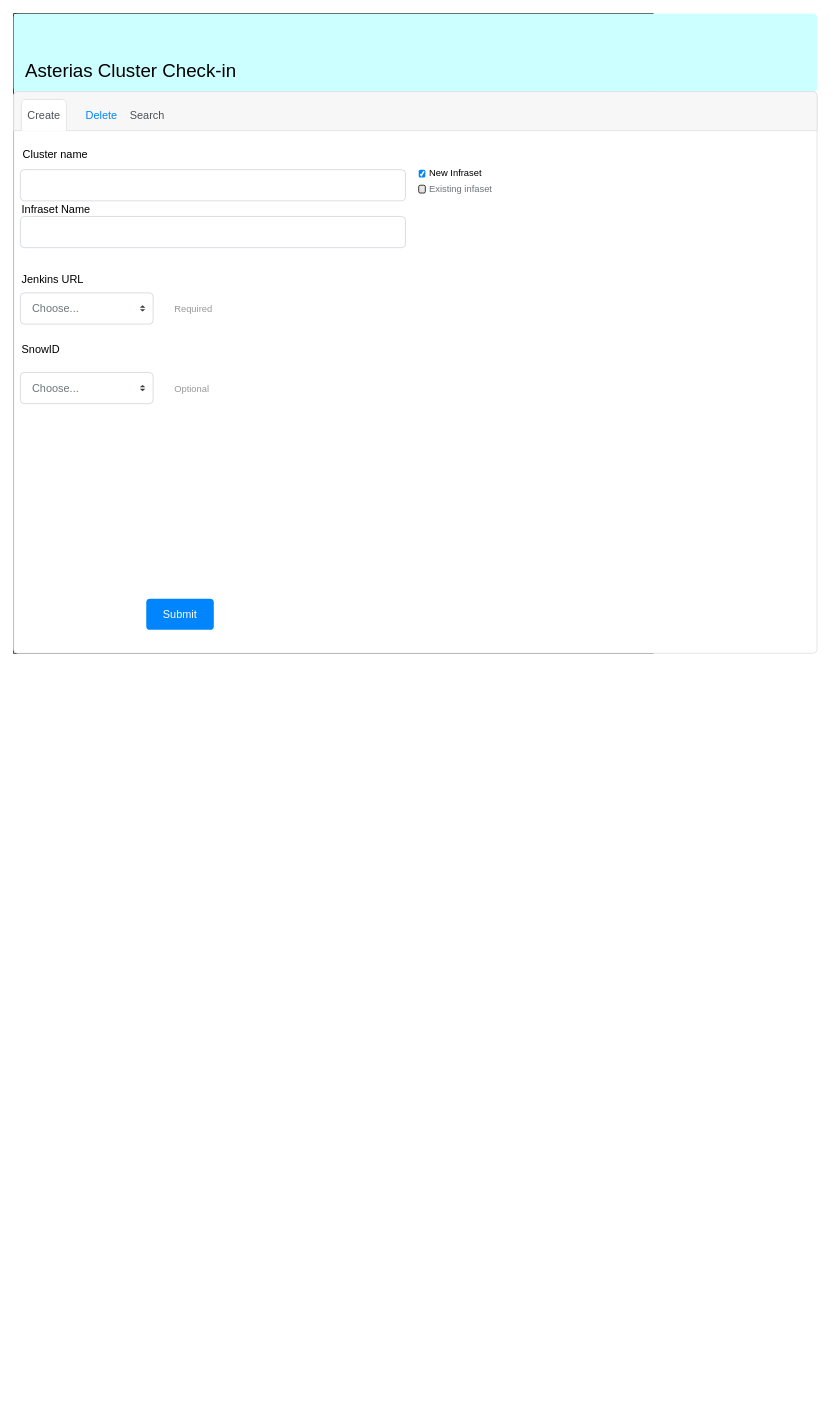
This is Untitled Diagram.drawio from aakashchan/drawio, a draw.io file, before an edit. Source tidied: cells renumbered, new cells numbered last; positions are measured from the earlier drawing's top-left corner, leaving out a move shared by most shapes. Both pictures are drawn from the tidied source at 78%, with x=0, y=0 at pixel (13, 13).
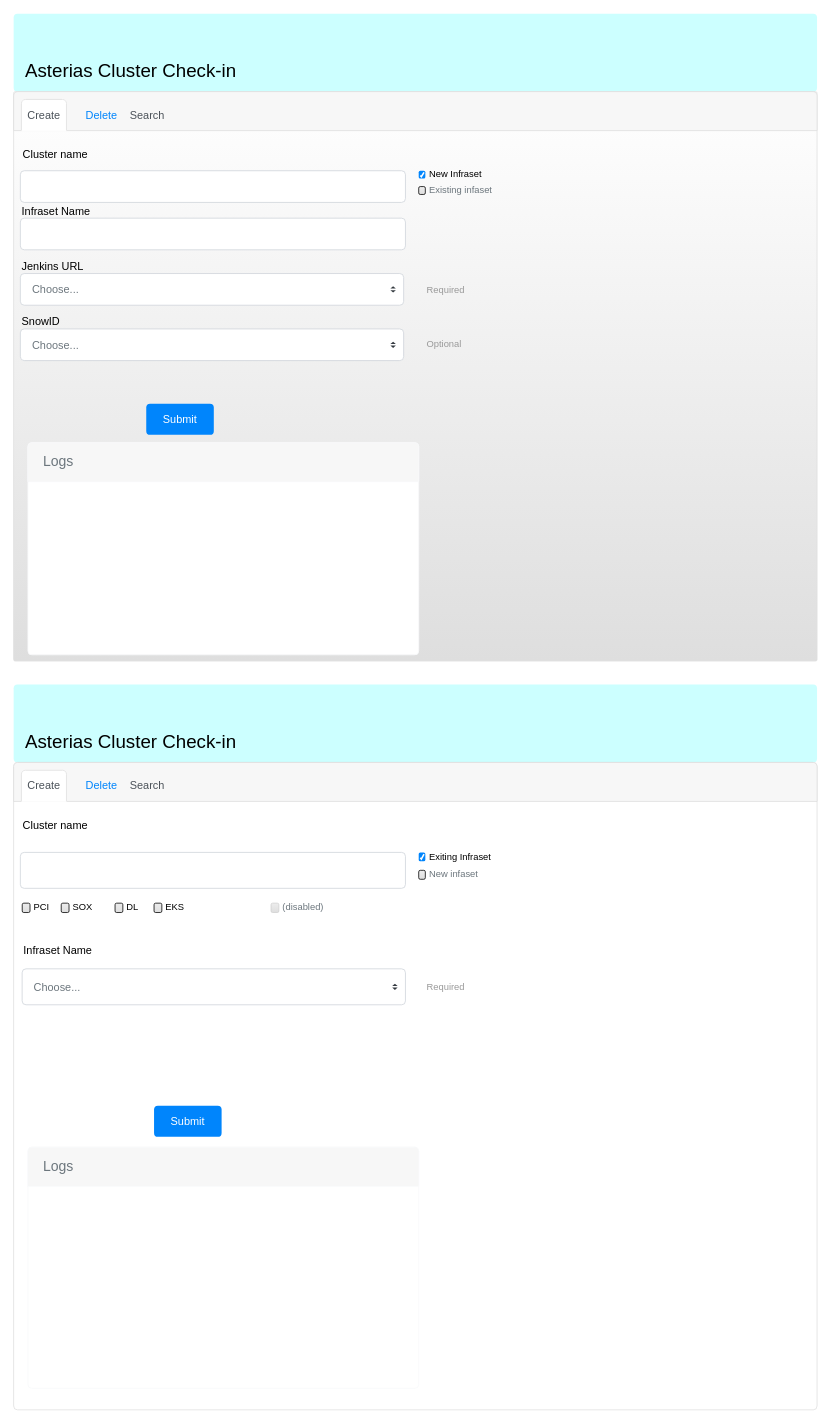
The same page after the edit.

Change to the diagram source:
```diff
@@
-    <mxCell id="2" style="whiteSpace=wrap;html=1;" parent="1" vertex="1">
-      <mxGeometry width="820" height="820" as="geometry" />
-    </mxCell>
@@
-    <mxCell id="4" style="html=1;shadow=0;dashed=0;shape=mxgraph.bootstrap.rrect;rSize=5;strokeColor=#DFDFDF;html=1;whiteSpace=wrap;fillColor=#FFFFFF;fontColor=#000000;" parent="1" vertex="1">
-      <mxGeometry y="100" width="1030" height="720" as="geometry" />
+    <mxCell id="4" style="html=1;shadow=0;dashed=0;shape=mxgraph.bootstrap.checkbox2;labelPosition=right;verticalLabelPosition=middle;align=center;verticalAlign=middle;gradientColor=#DEDEDE;fillColor=#FFFFFF;checked=0;spacing=5;checkedFill=#0085FC;checkedStroke=#ffffff;fontFamily=Helvetica;fontSize=12;fontColor=#000000;strokeColor=#DFDFDF;" parent="1" vertex="1">
+      <mxGeometry y="100" width="1030" height="730" as="geometry" />
     </mxCell>
@@
     <mxCell id="9" value="Submit" style="html=1;shadow=0;dashed=0;shape=mxgraph.bootstrap.rrect;rSize=5;perimeter=none;whiteSpace=wrap;align=center;fillColor=#0085FC;strokeColor=none;fontColor=#ffffff;fontSize=14;" parent="4" vertex="1">
       <mxGeometry x="0.5" y="1" width="86.61" height="40" relative="1" as="geometry">
-        <mxPoint x="-345" y="-70" as="offset" />
+        <mxPoint x="-345" y="-330" as="offset" />
       </mxGeometry>
     </mxCell>
@@
     <mxCell id="11" value="Infraset Name" style="fillColor=none;strokeColor=none;align=left;fontSize=14;" parent="4" vertex="1">
-      <mxGeometry x="8.6" y="140" width="224.1" height="20" as="geometry" />
+      <mxGeometry x="8.6" y="141.9" width="224.1" height="20.3" as="geometry" />
     </mxCell>
     <mxCell id="12" value="Optional" style="fillColor=none;strokeColor=none;align=left;spacing=2;fontSize=12;fontColor=#999999;" parent="4" vertex="1">
-      <mxGeometry x="204.3" y="361" width="224.1" height="37.9" as="geometry" />
+      <mxGeometry x="527.8" y="304.2" width="224.1" height="38.4" as="geometry" />
     </mxCell>
     <mxCell id="13" value="New Infraset" style="html=1;shadow=0;dashed=0;shape=mxgraph.bootstrap.checkbox2;labelPosition=right;verticalLabelPosition=middle;align=left;verticalAlign=middle;gradientColor=#DEDEDE;fillColor=#EDEDED;checked=1;spacing=5;checkedFill=#0085FC;checkedStroke=#ffffff;" parent="4" vertex="1">
-      <mxGeometry x="519.3" y="100" width="8.5" height="10" as="geometry" />
+      <mxGeometry x="519.3" y="101.4" width="8.5" height="10.1" as="geometry" />
     </mxCell>
     <mxCell id="14" value="Existing infaset" style="html=1;shadow=0;dashed=0;shape=mxgraph.bootstrap.checkbox2;labelPosition=right;verticalLabelPosition=middle;align=left;verticalAlign=middle;gradientColor=#DEDEDE;fillColor=#EDEDED;checked=0;spacing=5;fontColor=#6C767D;checkedFill=#0085FC;checkedStroke=#ffffff;" parent="4" vertex="1">
-      <mxGeometry x="519.3" y="120" width="8.5" height="10" as="geometry" />
+      <mxGeometry x="519.3" y="121.7" width="8.5" height="10.1" as="geometry" />
     </mxCell>
     <mxCell id="15" value="Jenkins URL" style="fillColor=none;strokeColor=none;align=left;fontSize=14;" parent="4" vertex="1">
-      <mxGeometry x="8.6" y="230" width="224.1" height="20" as="geometry" />
+      <mxGeometry x="8.6" y="212.9" width="224.1" height="20.3" as="geometry" />
     </mxCell>
     <mxCell id="16" style="html=1;shadow=0;dashed=0;shape=mxgraph.bootstrap.rrect;rSize=5;fillColor=#ffffff;strokeColor=#CED4DA;align=left;spacing=15;fontSize=14;fontColor=#6C767D;" parent="4" vertex="1">
-      <mxGeometry x="8.6" y="100" width="493.7" height="40" as="geometry" />
+      <mxGeometry x="8.6" y="101.4" width="493.7" height="40.6" as="geometry" />
     </mxCell>
     <mxCell id="17" value="Choose..." style="html=1;shadow=0;dashed=0;shape=mxgraph.bootstrap.rrect;rSize=5;fillColor=#ffffff;strokeColor=#CED4DA;align=left;spacing=15;fontSize=14;fontColor=#6C767D;" parent="4" vertex="1">
-      <mxGeometry x="8.6" y="258" width="170.2" height="40" as="geometry" />
+      <mxGeometry x="8.6" y="233.2" width="491.4" height="40.6" as="geometry" />
     </mxCell>
@@
     <mxCell id="20" style="html=1;shadow=0;dashed=0;shape=mxgraph.bootstrap.rrect;rSize=5;fillColor=#ffffff;strokeColor=#CED4DA;align=left;spacing=15;fontSize=14;fontColor=#6C767D;" parent="4" vertex="1">
-      <mxGeometry x="8.6" y="160" width="493.7" height="40" as="geometry" />
+      <mxGeometry x="8.6" y="162.2" width="493.7" height="40.6" as="geometry" />
     </mxCell>
     <mxCell id="21" value="SnowID" style="fillColor=none;strokeColor=none;align=left;fontSize=14;" parent="4" vertex="1">
-      <mxGeometry x="8.6" y="320" width="224.1" height="20" as="geometry" />
+      <mxGeometry x="8.6" y="283.9" width="224.1" height="20.3" as="geometry" />
     </mxCell>
     <mxCell id="22" value="Choose..." style="html=1;shadow=0;dashed=0;shape=mxgraph.bootstrap.rrect;rSize=5;fillColor=#ffffff;strokeColor=#CED4DA;align=left;spacing=15;fontSize=14;fontColor=#6C767D;" parent="4" vertex="1">
-      <mxGeometry x="8.6" y="360" width="170.2" height="40" as="geometry" />
+      <mxGeometry x="8.6" y="304.2" width="491.4" height="40.6" as="geometry" />
     </mxCell>
@@
     <mxCell id="25" value="Required" style="fillColor=none;strokeColor=none;align=left;spacing=2;fontSize=12;fontColor=#999999;" parent="4" vertex="1">
-      <mxGeometry x="204.3" y="259" width="224.1" height="37.9" as="geometry" />
+      <mxGeometry x="527.8" y="234.3" width="224.1" height="38.4" as="geometry" />
     </mxCell>
+    <mxCell id="26" value="&lt;br style=&quot;font-size: 14px&quot;&gt;" style="html=1;shadow=0;dashed=0;shape=mxgraph.bootstrap.rrect;rSize=5;strokeColor=#F8F9FA;html=1;whiteSpace=wrap;fillColor=#ffffff;fontColor=#212529;verticalAlign=bottom;align=left;spacing=20;spacingBottom=0;fontSize=14;" parent="4" vertex="1">
+      <mxGeometry x="18.3" y="450" width="501" height="272" as="geometry" />
+    </mxCell>
+    <mxCell id="27" value="Logs" style="html=1;shadow=0;dashed=0;shape=mxgraph.bootstrap.topButton;rSize=5;perimeter=none;whiteSpace=wrap;fillColor=#F7F7F7;strokeColor=#F8F9FA;fontColor=#6C767D;fontSize=18;align=left;spacing=20;" parent="26" vertex="1">
+      <mxGeometry width="501" height="50" relative="1" as="geometry" />
+    </mxCell>
+    <mxCell id="28" value="&lt;span style=&quot;color: rgb(0 , 0 , 0) ; font-size: 24px ; text-align: center&quot;&gt;Asterias Cluster Check-in&lt;/span&gt;&lt;br&gt;" style="html=1;shadow=0;dashed=0;shape=mxgraph.bootstrap.rrect;rSize=5;strokeColor=none;html=1;whiteSpace=wrap;fontColor=#474E4F;align=left;spacing=15;fontSize=14;verticalAlign=top;spacingTop=40;fillColor=#CCFFFF;" parent="1" vertex="1">
+      <mxGeometry y="860" width="1030" height="100" as="geometry" />
+    </mxCell>
+    <mxCell id="29" style="html=1;shadow=0;dashed=0;shape=mxgraph.bootstrap.rrect;rSize=5;strokeColor=#DFDFDF;html=1;whiteSpace=wrap;fillColor=#FFFFFF;fontColor=#000000;" parent="1" vertex="1">
+      <mxGeometry y="960" width="1030" height="830" as="geometry" />
+    </mxCell>
+    <mxCell id="30" style="html=1;shadow=0;dashed=0;shape=mxgraph.bootstrap.topButton;strokeColor=inherit;fillColor=#F7F7F7;rSize=5;perimeter=none;whiteSpace=wrap;align=center;spacing=20;fontSize=14;" parent="29" vertex="1">
+      <mxGeometry width="1030" height="50" relative="1" as="geometry" />
+    </mxCell>
+    <mxCell id="31" value="Create" style="html=1;shadow=0;dashed=0;shape=mxgraph.bootstrap.tabTop;strokeColor=#DFDFDF;fillColor=#ffffff;rSize=5;perimeter=none;whiteSpace=wrap;align=center;spacing=20;fontSize=14;fontColor=#4B5259;" parent="29" vertex="1">
+      <mxGeometry width="57.74" height="40" relative="1" as="geometry">
+        <mxPoint x="10" y="10" as="offset" />
+      </mxGeometry>
+    </mxCell>
+    <mxCell id="32" value="Delete" style="strokeColor=none;fillColor=none;rSize=5;perimeter=none;whiteSpace=wrap;align=center;spacing=20;fontSize=14;fontColor=#0085FC;" parent="29" vertex="1">
+      <mxGeometry width="36.09" height="40" relative="1" as="geometry">
+        <mxPoint x="95" y="10" as="offset" />
+      </mxGeometry>
+    </mxCell>
+    <mxCell id="33" value="Search" style="strokeColor=none;fillColor=none;rSize=5;perimeter=none;whiteSpace=wrap;align=center;spacing=20;fontSize=14;fontColor=#0085FC;fontColor=#4B5259;" parent="29" vertex="1">
+      <mxGeometry width="43.3" height="40" relative="1" as="geometry">
+        <mxPoint x="150" y="10" as="offset" />
+      </mxGeometry>
+    </mxCell>
+    <mxCell id="34" value="Submit" style="html=1;shadow=0;dashed=0;shape=mxgraph.bootstrap.rrect;rSize=5;perimeter=none;whiteSpace=wrap;align=center;fillColor=#0085FC;strokeColor=none;fontColor=#ffffff;fontSize=14;" parent="29" vertex="1">
+      <mxGeometry x="0.5" y="1" width="86.61" height="40" relative="1" as="geometry">
+        <mxPoint x="-335" y="-390" as="offset" />
+      </mxGeometry>
+    </mxCell>
+    <mxCell id="35" value="Cluster name" style="fillColor=none;strokeColor=none;align=left;fontSize=14;" parent="29" vertex="1">
+      <mxGeometry width="260" height="40" relative="1" as="geometry">
+        <mxPoint x="10" y="60" as="offset" />
+      </mxGeometry>
+    </mxCell>
+    <mxCell id="36" value="Infraset Name" style="fillColor=none;strokeColor=none;align=left;fontSize=14;" parent="29" vertex="1">
+      <mxGeometry x="10.9" y="228.5" width="224.1" height="23.1" as="geometry" />
+    </mxCell>
+    <mxCell id="37" value="Exiting Infraset" style="html=1;shadow=0;dashed=0;shape=mxgraph.bootstrap.checkbox2;labelPosition=right;verticalLabelPosition=middle;align=left;verticalAlign=middle;gradientColor=#DEDEDE;fillColor=#EDEDED;checked=1;spacing=5;checkedFill=#0085FC;checkedStroke=#ffffff;" parent="29" vertex="1">
+      <mxGeometry x="519.3" y="115.3" width="8.5" height="11.5" as="geometry" />
+    </mxCell>
+    <mxCell id="38" value="New infaset" style="html=1;shadow=0;dashed=0;shape=mxgraph.bootstrap.checkbox2;labelPosition=right;verticalLabelPosition=middle;align=left;verticalAlign=middle;gradientColor=#DEDEDE;fillColor=#EDEDED;checked=0;spacing=5;fontColor=#6C767D;checkedFill=#0085FC;checkedStroke=#ffffff;" parent="29" vertex="1">
+      <mxGeometry x="519.3" y="138.3" width="8.5" height="11.5" as="geometry" />
+    </mxCell>
+    <mxCell id="39" style="html=1;shadow=0;dashed=0;shape=mxgraph.bootstrap.rrect;rSize=5;fillColor=#ffffff;strokeColor=#CED4DA;align=left;spacing=15;fontSize=14;fontColor=#6C767D;" parent="29" vertex="1">
+      <mxGeometry x="8.6" y="115.3" width="493.7" height="46.1" as="geometry" />
+    </mxCell>
+    <mxCell id="40" value="Choose..." style="html=1;shadow=0;dashed=0;shape=mxgraph.bootstrap.rrect;rSize=5;fillColor=#ffffff;strokeColor=#CED4DA;align=left;spacing=15;fontSize=14;fontColor=#6C767D;" parent="29" vertex="1">
+      <mxGeometry x="10.9" y="264.6" width="491.4" height="46.1" as="geometry" />
+    </mxCell>
+    <mxCell id="41" style="shape=triangle;direction=south;fillColor=#343A40;strokeColor=none;perimeter=none;" parent="40" vertex="1">
+      <mxGeometry x="1" y="0.5" width="7" height="3" relative="1" as="geometry">
+        <mxPoint x="-17" y="1" as="offset" />
+      </mxGeometry>
+    </mxCell>
+    <mxCell id="42" style="shape=triangle;direction=north;fillColor=#343A40;strokeColor=none;perimeter=none;" parent="40" vertex="1">
+      <mxGeometry x="1" y="0.5" width="7" height="3" relative="1" as="geometry">
+        <mxPoint x="-17" y="-4" as="offset" />
+      </mxGeometry>
+    </mxCell>
+    <mxCell id="43" value="Required" style="fillColor=none;strokeColor=none;align=left;spacing=2;fontSize=12;fontColor=#999999;" parent="29" vertex="1">
+      <mxGeometry x="527.8" y="265.8" width="224.1" height="43.7" as="geometry" />
+    </mxCell>
+    <mxCell id="44" value="&lt;br style=&quot;font-size: 14px&quot;&gt;" style="html=1;shadow=0;dashed=0;shape=mxgraph.bootstrap.rrect;rSize=5;strokeColor=#F8F9FA;html=1;whiteSpace=wrap;fillColor=#ffffff;fontColor=#212529;verticalAlign=bottom;align=left;spacing=20;spacingBottom=0;fontSize=14;" parent="29" vertex="1">
+      <mxGeometry x="18.3" y="493.2" width="501" height="309.2" as="geometry" />
+    </mxCell>
+    <mxCell id="45" value="Logs" style="html=1;shadow=0;dashed=0;shape=mxgraph.bootstrap.topButton;rSize=5;perimeter=none;whiteSpace=wrap;fillColor=#F7F7F7;strokeColor=#F8F9FA;fontColor=#6C767D;fontSize=18;align=left;spacing=20;" parent="44" vertex="1">
+      <mxGeometry width="501" height="50" relative="1" as="geometry" />
+    </mxCell>
+    <mxCell id="46" value="PCI" style="html=1;shadow=0;dashed=0;shape=mxgraph.bootstrap.checkbox2;labelPosition=right;verticalLabelPosition=middle;align=left;verticalAlign=middle;gradientColor=#DEDEDE;fillColor=#EDEDED;checked=0;spacing=5;checkedFill=#0085FC;checkedStroke=#ffffff;" parent="29" vertex="1">
+      <mxGeometry x="11" y="180.4" width="10" height="12" as="geometry" />
+    </mxCell>
+    <mxCell id="47" value="SOX" style="html=1;shadow=0;dashed=0;shape=mxgraph.bootstrap.checkbox2;labelPosition=right;verticalLabelPosition=middle;align=left;verticalAlign=middle;gradientColor=#DEDEDE;fillColor=#EDEDED;checked=0;spacing=5;checkedFill=#0085FC;checkedStroke=#ffffff;" parent="29" vertex="1">
+      <mxGeometry x="61" y="180.4" width="10" height="12" as="geometry" />
+    </mxCell>
+    <mxCell id="48" value="(disabled)" style="html=1;shadow=0;dashed=0;shape=mxgraph.bootstrap.checkbox2;labelPosition=right;verticalLabelPosition=middle;align=left;verticalAlign=middle;gradientColor=#DEDEDE;fillColor=#EDEDED;checked=0;strokeColor=#D0D0D0;spacing=5;fontColor=#6C767D;checkedFill=#0085FC;checkedStroke=#ffffff;" parent="29" vertex="1">
+      <mxGeometry x="330" y="180.4" width="10" height="12" as="geometry" />
+    </mxCell>
+    <mxCell id="49" value="DL" style="html=1;shadow=0;dashed=0;shape=mxgraph.bootstrap.checkbox2;labelPosition=right;verticalLabelPosition=middle;align=left;verticalAlign=middle;gradientColor=#DEDEDE;fillColor=#EDEDED;checked=0;spacing=5;checkedFill=#0085FC;checkedStroke=#ffffff;" parent="29" vertex="1">
+      <mxGeometry x="130" y="180.4" width="10" height="12" as="geometry" />
+    </mxCell>
+    <mxCell id="50" value="EKS" style="html=1;shadow=0;dashed=0;shape=mxgraph.bootstrap.checkbox2;labelPosition=right;verticalLabelPosition=middle;align=left;verticalAlign=middle;gradientColor=#DEDEDE;fillColor=#EDEDED;checked=0;spacing=5;checkedFill=#0085FC;checkedStroke=#ffffff;" parent="29" vertex="1">
+      <mxGeometry x="180" y="180.4" width="10" height="12" as="geometry" />
+    </mxCell>
```
